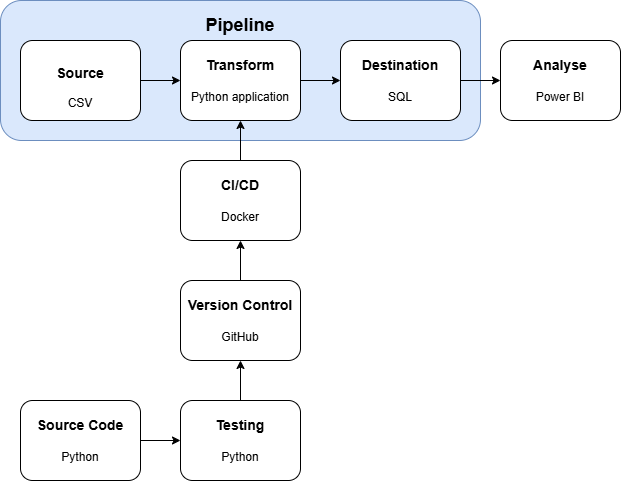
Earlier version of the draw.io export architecture/library.png (jamurkin/DE5-M5). Source tidied: cells renumbered, new cells last; positions are measured from the earlier drawing's top-left corner, leaving out a move shared by most shapes.
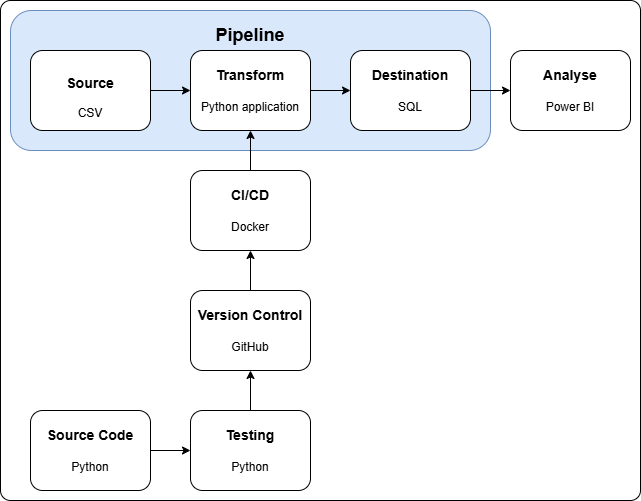
After the commit.

What changed in the source:
```diff
@@ -2,6 +2,9 @@
   <root>
     <mxCell id="0" />
     <mxCell id="1" parent="0" />
+    <mxCell id="19" style="rounded=1;whiteSpace=wrap;html=1;arcSize=2;" parent="1" vertex="1">
+      <mxGeometry x="-10" y="-10" width="640" height="500" as="geometry" />
+    </mxCell>
     <mxCell id="2" style="rounded=1;whiteSpace=wrap;fillColor=#dae8fc;strokeColor=#6c8ebf;align=center;labelPosition=center;verticalLabelPosition=top;verticalAlign=bottom;html=1;" parent="1" vertex="1">
       <mxGeometry width="480" height="140" as="geometry" />
     </mxCell>
```
